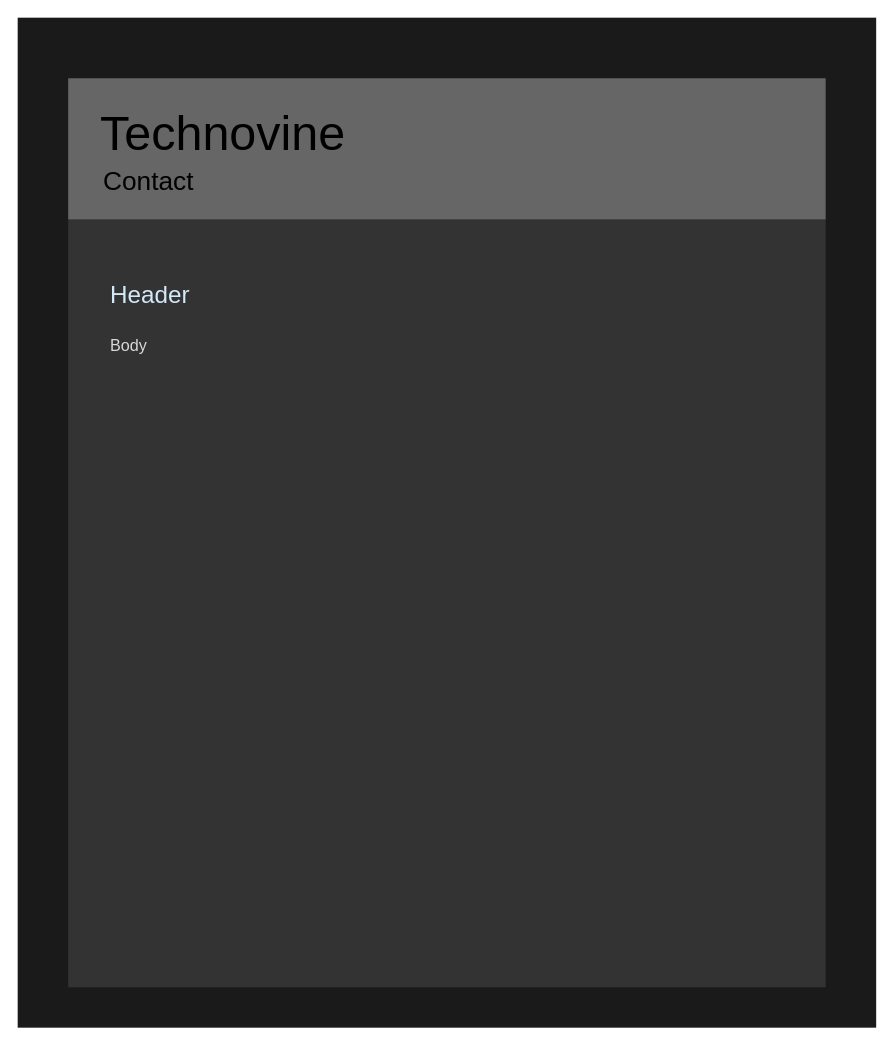
Before: site/layouts/contact/contact-01.drawio in PatriotsForLife/Technovine, a draw.io diagram. Source tidied: cells renumbered, new cells numbered last; positions are measured from the earlier drawing's top-left corner, leaving out a move shared by most shapes. Both pictures are drawn from the tidied source at 101%, with x=0, y=0 at pixel (17, 17).
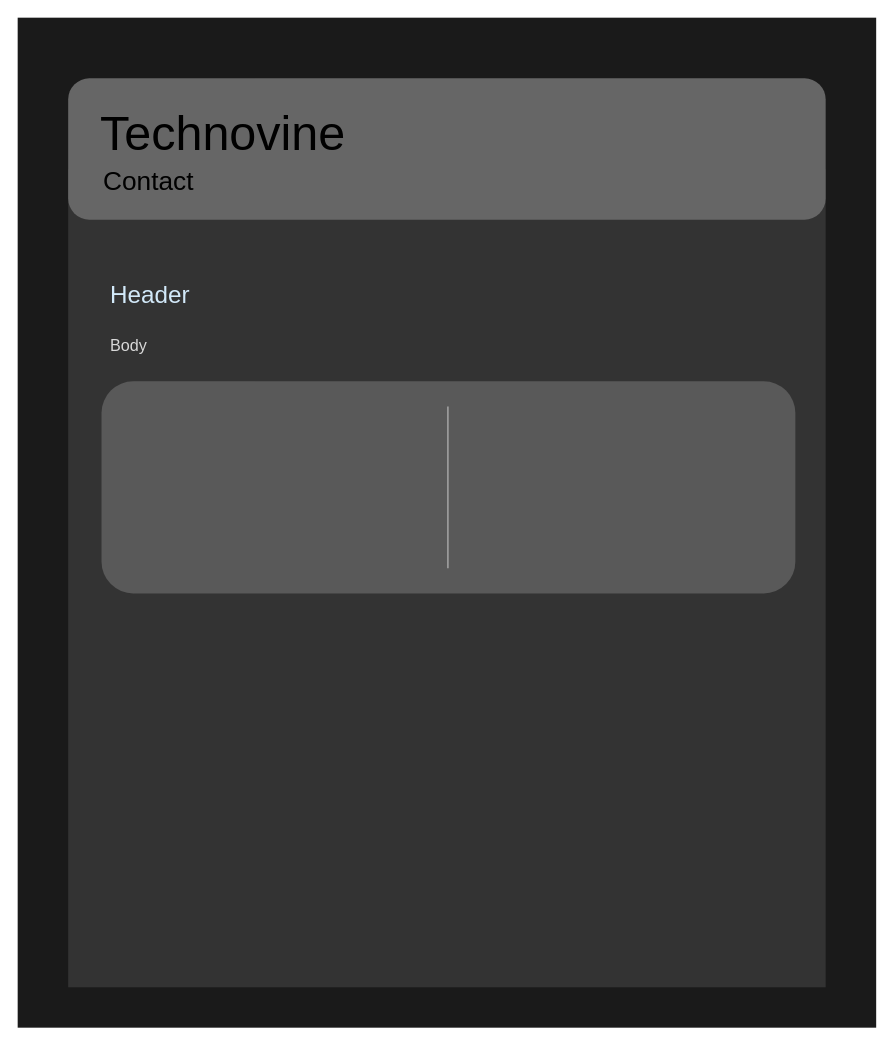
The same diagram, later.

Diff of the diagram source:
```diff
@@
 <mxGraphModel>
   <root>
     <mxCell id="0" />
     <mxCell id="1" parent="0" />
     <mxCell id="2" style="rounded=0;whiteSpace=wrap;html=1;fillColor=#1a1a1a;strokeColor=none;" parent="1" vertex="1">
       <mxGeometry width="850" height="1000" as="geometry" />
     </mxCell>
+    <mxCell id="4" style="rounded=0;whiteSpace=wrap;html=1;fillColor=#333333;strokeColor=none;" parent="1" vertex="1">
+      <mxGeometry x="50" y="150" width="750" height="810" as="geometry" />
+    </mxCell>
-    <mxCell id="3" style="rounded=0;whiteSpace=wrap;html=1;fillColor=#666666;strokeColor=none;" parent="1" vertex="1">
+    <mxCell id="3" style="rounded=1;whiteSpace=wrap;html=1;fillColor=#666666;strokeColor=none;" parent="1" vertex="1">
       <mxGeometry x="50" y="60" width="750" height="140" as="geometry" />
     </mxCell>
-    <mxCell id="4" style="rounded=0;whiteSpace=wrap;html=1;fillColor=#333333;strokeColor=none;" parent="1" vertex="1">
-      <mxGeometry x="50" y="200" width="750" height="760" as="geometry" />
-    </mxCell>
     <mxCell id="5" value="Technovine" style="text;html=1;align=left;verticalAlign=middle;fillColor=none;strokeColor=none;rounded=0;fontSize=48;" parent="1" vertex="1">
       <mxGeometry x="80" y="85" width="260" height="60" as="geometry" />
     </mxCell>
     <mxCell id="6" value="Header" style="text;html=1;align=left;verticalAlign=middle;fillColor=none;strokeColor=none;rounded=0;fontSize=24;fontColor=#D2E9F9;" parent="1" vertex="1">
       <mxGeometry x="90" y="260" width="90" height="30" as="geometry" />
     </mxCell>
     <mxCell id="7" value="Body" style="text;html=1;align=left;verticalAlign=middle;fillColor=none;strokeColor=none;rounded=0;fontSize=16;fontColor=#D9D9D9;" parent="1" vertex="1">
       <mxGeometry x="90" y="315" width="50" height="20" as="geometry" />
     </mxCell>
     <mxCell id="8" value="Contact" style="text;html=1;align=left;verticalAlign=middle;fillColor=none;strokeColor=none;rounded=0;fontSize=26;" parent="1" vertex="1">
       <mxGeometry x="83" y="142" width="110" height="40" as="geometry" />
     </mxCell>
+    <mxCell id="9" style="rounded=1;whiteSpace=wrap;html=1;fontSize=26;fontColor=#F0F0F0;fillColor=#595959;strokeColor=none;" parent="1" vertex="1">
+      <mxGeometry x="83" y="360" width="687" height="210" as="geometry" />
+    </mxCell>
+    <mxCell id="10" style="endArrow=none;html=1;fontSize=26;fontColor=#F0F0F0;strokeColor=#F0F0F0;endSize=15;startSize=15;opacity=75;" parent="1" edge="1">
+      <mxGeometry relative="1" as="geometry">
+        <mxPoint x="426" y="385" as="sourcePoint" />
+        <mxPoint x="426" y="545" as="targetPoint" />
+      </mxGeometry>
+    </mxCell>
   </root>
 </mxGraphModel>
```
